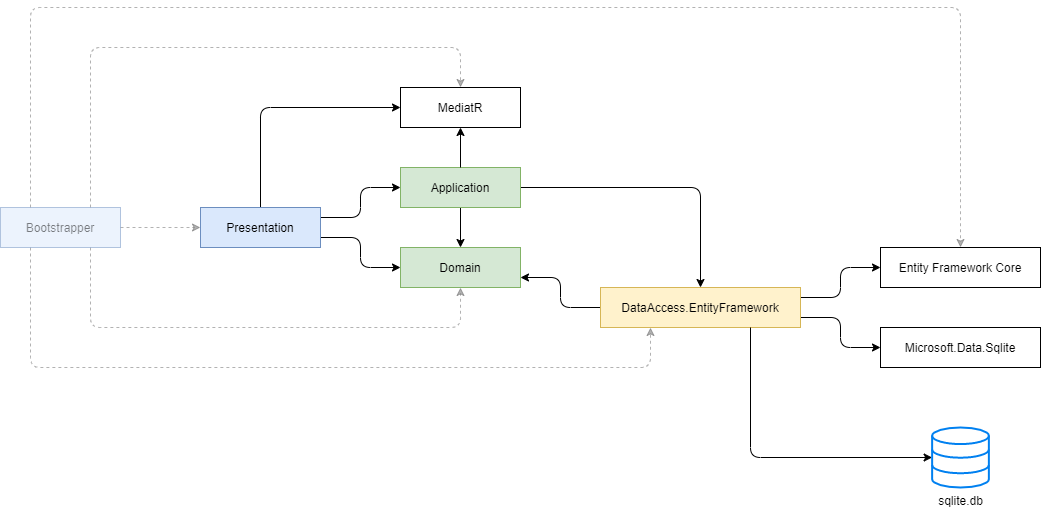
lastunicorn/Shop keeps this draw.io diagram as doc/architecture-no-repositories.drawio.png. Above is the earlier version. Source tidied: cells renumbered, new cells last; positions are measured from the earlier drawing's top-left corner, leaving out a move shared by most shapes.
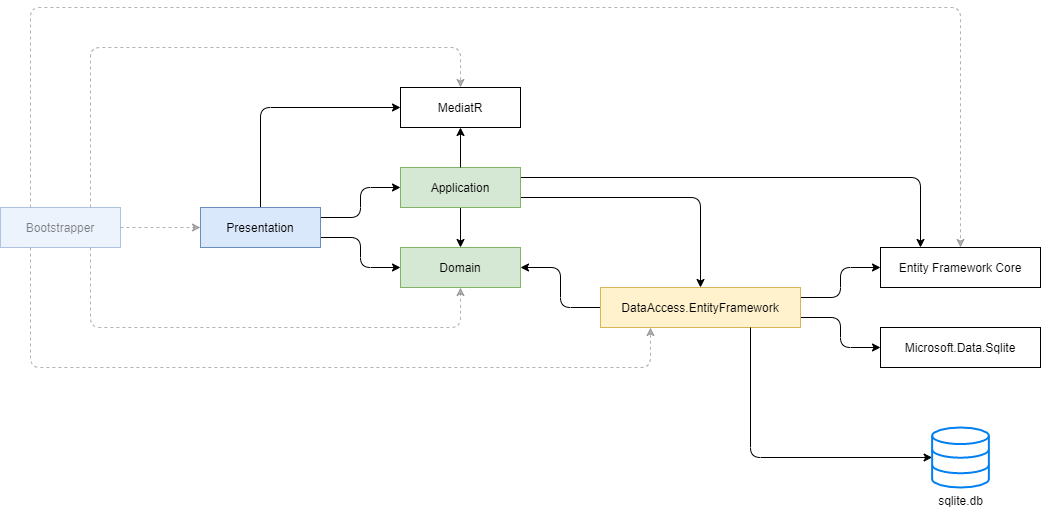
Later version of the same file.

Diff of the diagram source:
```diff
@@ -25,9 +25,12 @@
     <mxCell id="7" style="edgeStyle=orthogonalEdgeStyle;rounded=1;sketch=0;jettySize=auto;html=1;exitX=0.5;exitY=1;exitDx=0;exitDy=0;entryX=0.5;entryY=0;entryDx=0;entryDy=0;shadow=0;" parent="1" edge="1" source="9" target="11">
       <mxGeometry relative="1" as="geometry" />
     </mxCell>
-    <mxCell id="8" style="edgeStyle=orthogonalEdgeStyle;rounded=1;jettySize=auto;html=1;exitX=1;exitY=0.5;exitDx=0;exitDy=0;entryX=0.5;entryY=0;entryDx=0;entryDy=0;" parent="1" edge="1" source="9" target="15">
+    <mxCell id="8" style="edgeStyle=orthogonalEdgeStyle;rounded=1;jettySize=auto;html=1;exitX=1;exitY=0.75;exitDx=0;exitDy=0;entryX=0.5;entryY=0;entryDx=0;entryDy=0;" parent="1" edge="1" source="9" target="15">
       <mxGeometry relative="1" as="geometry" />
     </mxCell>
+    <mxCell id="26" style="edgeStyle=orthogonalEdgeStyle;rounded=1;jettySize=auto;html=1;exitX=1;exitY=0.25;exitDx=0;exitDy=0;entryX=0.25;entryY=0;entryDx=0;entryDy=0;" parent="1" edge="1" source="9" target="17">
+      <mxGeometry relative="1" as="geometry" />
+    </mxCell>
     <mxCell id="9" value="Application" style="rounded=0;whiteSpace=wrap;html=1;fillColor=#d5e8d4;strokeColor=#82b366;" parent="1" vertex="1">
       <mxGeometry x="400" y="160" width="120" height="40" as="geometry" />
     </mxCell>
@@ -37,7 +40,7 @@
     <mxCell id="11" value="Domain" style="rounded=0;whiteSpace=wrap;html=1;fillColor=#d5e8d4;strokeColor=#82b366;" parent="1" vertex="1">
       <mxGeometry x="400" y="240" width="120" height="40" as="geometry" />
     </mxCell>
-    <mxCell id="12" style="edgeStyle=orthogonalEdgeStyle;rounded=1;jettySize=auto;html=1;exitX=0;exitY=0.5;exitDx=0;exitDy=0;entryX=1;entryY=0.75;entryDx=0;entryDy=0;sketch=0;shadow=0;" parent="1" edge="1" source="15" target="11">
+    <mxCell id="12" style="edgeStyle=orthogonalEdgeStyle;rounded=1;jettySize=auto;html=1;exitX=0;exitY=0.5;exitDx=0;exitDy=0;entryX=1;entryY=0.5;entryDx=0;entryDy=0;sketch=0;shadow=0;" parent="1" edge="1" source="15" target="11">
       <mxGeometry relative="1" as="geometry" />
     </mxCell>
     <mxCell id="13" style="edgeStyle=orthogonalEdgeStyle;rounded=1;jettySize=auto;html=1;exitX=1;exitY=0.25;exitDx=0;exitDy=0;entryX=0;entryY=0.5;entryDx=0;entryDy=0;" parent="1" edge="1" source="15" target="17">
```
